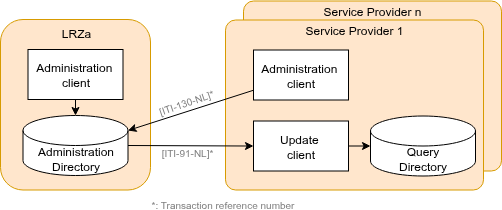
Before: input/images/careservices-overview-transactions.png, a diagram exported from draw.io (minvws/generiekefuncties-docs). Source tidied: cells renumbered, new cells last; positions are measured from the earlier drawing's top-left corner, leaving out a move shared by most shapes.
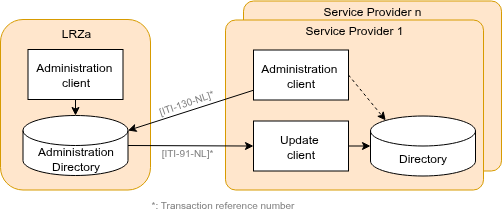
The same diagram one commit later.

Commit message:
mCSD actor Directory in overview

What changed in the source:
```diff
@@ -14,7 +14,7 @@
     <mxCell id="5" value="Administration&lt;div&gt;Directory&lt;/div&gt;" style="shape=cylinder3;whiteSpace=wrap;html=1;boundedLbl=1;backgroundOutline=1;size=15;" parent="1" vertex="1">
       <mxGeometry x="22.5" y="114" width="105" height="60" as="geometry" />
     </mxCell>
-    <mxCell id="6" value="Query&lt;div&gt;Directory&lt;/div&gt;" style="shape=cylinder3;whiteSpace=wrap;html=1;boundedLbl=1;backgroundOutline=1;size=15;" parent="1" vertex="1">
+    <mxCell id="6" value="&lt;div&gt;Directory&lt;/div&gt;" style="shape=cylinder3;whiteSpace=wrap;html=1;boundedLbl=1;backgroundOutline=1;size=15;" parent="1" vertex="1">
       <mxGeometry x="370" y="114.5" width="105" height="60" as="geometry" />
     </mxCell>
     <mxCell id="7" style="edgeStyle=orthogonalEdgeStyle;rounded=0;jettySize=auto;html=1;jumpStyle=arc;exitX=1;exitY=0.5;exitDx=0;exitDy=0;entryX=0;entryY=0.5;entryDx=0;entryDy=0;entryPerimeter=0;" parent="1" edge="1" source="8" target="6">
@@ -52,5 +52,8 @@
     <mxCell id="16" style="edgeStyle=none;rounded=0;jettySize=auto;html=1;exitX=0.5;exitY=1;exitDx=0;exitDy=0;entryX=0.5;entryY=0;entryDx=0;entryDy=0;entryPerimeter=0;" parent="1" edge="1" source="13" target="5">
       <mxGeometry relative="1" as="geometry" />
     </mxCell>
+    <mxCell id="17" style="edgeStyle=none;rounded=0;jettySize=auto;html=1;exitX=1;exitY=0.5;exitDx=0;exitDy=0;entryX=0.145;entryY=0;entryDx=0;entryDy=4.35;entryPerimeter=0;dashed=1;" parent="1" edge="1" source="12" target="6">
+      <mxGeometry relative="1" as="geometry" />
+    </mxCell>
   </root>
 </mxGraphModel>
```
